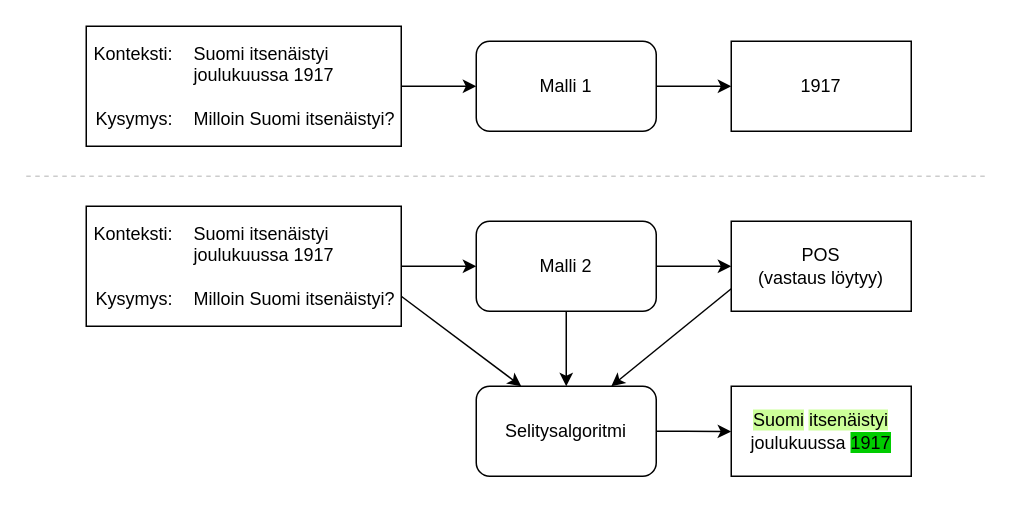
Earlier version of the draw.io diagram etsiva_malli.drawio (mmanteli/gradu). Source tidied: cells renumbered, new cells numbered last; positions are measured from the earlier drawing's top-left corner, leaving out a move shared by most shapes. Both pictures are drawn from the tidied source at 150%, with x=0, y=0 at pixel (26, 26).
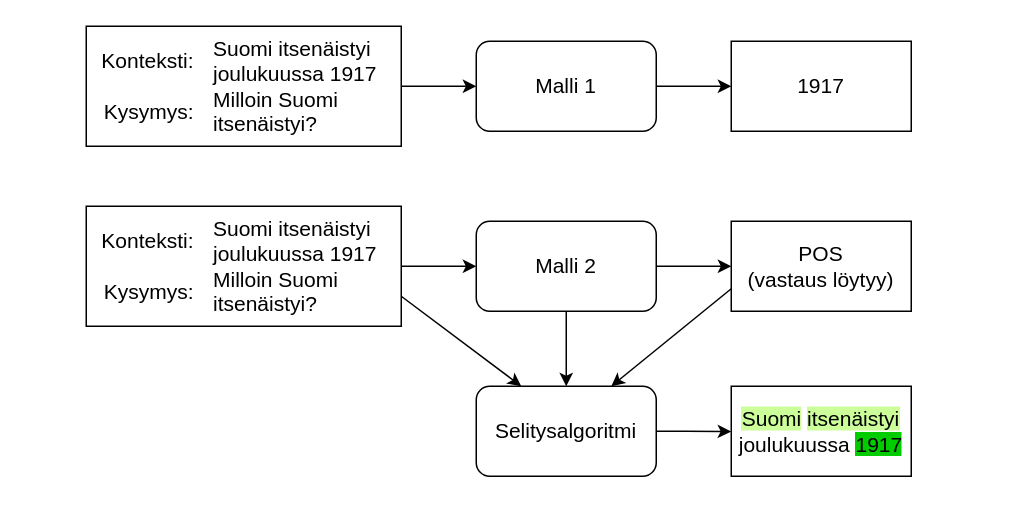
After the change.

Diff of the diagram source:
```diff
@@
-    <mxCell id="2" style="rounded=0;whiteSpace=wrap;html=1;" parent="1" vertex="1">
+    <mxCell id="2" style="rounded=0;whiteSpace=wrap;html=1;fontSize=14;" parent="1" vertex="1">
       <mxGeometry x="470" y="240" width="120" height="60" as="geometry" />
     </mxCell>
-    <mxCell id="3" style="rounded=0;whiteSpace=wrap;html=1;" parent="1" vertex="1">
+    <mxCell id="3" style="rounded=0;whiteSpace=wrap;html=1;fontSize=14;" parent="1" vertex="1">
       <mxGeometry x="470" y="10" width="120" height="60" as="geometry" />
     </mxCell>
-    <mxCell id="4" style="rounded=0;whiteSpace=wrap;html=1;" parent="1" vertex="1">
+    <mxCell id="4" style="rounded=0;whiteSpace=wrap;html=1;fontSize=14;" parent="1" vertex="1">
       <mxGeometry x="40" width="210" height="80" as="geometry" />
     </mxCell>
-    <mxCell id="5" style="edgeStyle=orthogonalEdgeStyle;rounded=0;jettySize=auto;html=1;exitX=1;exitY=0.5;exitDx=0;exitDy=0;entryX=0;entryY=0.5;entryDx=0;entryDy=0;" parent="1" edge="1" source="6" target="3">
+    <mxCell id="5" style="edgeStyle=orthogonalEdgeStyle;rounded=0;jettySize=auto;html=1;exitX=1;exitY=0.5;exitDx=0;exitDy=0;entryX=0;entryY=0.5;entryDx=0;entryDy=0;fontSize=14;" parent="1" edge="1" source="6" target="3">
       <mxGeometry relative="1" as="geometry" />
     </mxCell>
-    <mxCell id="6" value="Malli 1" style="rounded=1;whiteSpace=wrap;html=1;" parent="1" vertex="1">
+    <mxCell id="6" value="Malli 1" style="rounded=1;whiteSpace=wrap;html=1;fontSize=14;" parent="1" vertex="1">
       <mxGeometry x="300" y="10" width="120" height="60" as="geometry" />
     </mxCell>
-    <mxCell id="7" value="&lt;div align=&quot;center&quot;&gt;1917&lt;/div&gt;" style="text;html=1;strokeColor=none;fillColor=none;align=center;verticalAlign=middle;whiteSpace=wrap;rounded=0;" parent="1" vertex="1">
+    <mxCell id="7" value="&lt;div style=&quot;font-size: 14px;&quot; align=&quot;center&quot;&gt;1917&lt;/div&gt;" style="text;html=1;strokeColor=none;fillColor=none;align=center;verticalAlign=middle;whiteSpace=wrap;rounded=0;fontSize=14;" parent="1" vertex="1">
       <mxGeometry x="490" width="80" height="80" as="geometry" />
     </mxCell>
-    <mxCell id="8" style="rounded=0;whiteSpace=wrap;html=1;" parent="1" vertex="1">
+    <mxCell id="8" style="rounded=0;whiteSpace=wrap;html=1;fontSize=14;" parent="1" vertex="1">
       <mxGeometry x="470" y="130" width="120" height="60" as="geometry" />
     </mxCell>
-    <mxCell id="9" style="edgeStyle=orthogonalEdgeStyle;rounded=0;jettySize=auto;html=1;entryX=0;entryY=0.5;entryDx=0;entryDy=0;" parent="1" edge="1" source="10" target="12">
+    <mxCell id="9" style="edgeStyle=orthogonalEdgeStyle;rounded=0;jettySize=auto;html=1;entryX=0;entryY=0.5;entryDx=0;entryDy=0;fontSize=14;" parent="1" edge="1" source="10" target="12">
       <mxGeometry relative="1" as="geometry" />
     </mxCell>
-    <mxCell id="10" style="rounded=0;whiteSpace=wrap;html=1;" parent="1" vertex="1">
+    <mxCell id="10" style="rounded=0;whiteSpace=wrap;html=1;fontSize=14;" parent="1" vertex="1">
       <mxGeometry x="40" y="120" width="210" height="80" as="geometry" />
     </mxCell>
-    <mxCell id="11" style="edgeStyle=orthogonalEdgeStyle;rounded=0;jettySize=auto;html=1;exitX=1;exitY=0.5;exitDx=0;exitDy=0;entryX=0;entryY=0.5;entryDx=0;entryDy=0;" parent="1" edge="1" source="12" target="8">
+    <mxCell id="11" style="edgeStyle=orthogonalEdgeStyle;rounded=0;jettySize=auto;html=1;exitX=1;exitY=0.5;exitDx=0;exitDy=0;entryX=0;entryY=0.5;entryDx=0;entryDy=0;fontSize=14;" parent="1" edge="1" source="12" target="8">
       <mxGeometry relative="1" as="geometry" />
     </mxCell>
-    <mxCell id="12" value="Malli 2" style="rounded=1;whiteSpace=wrap;html=1;" parent="1" vertex="1">
+    <mxCell id="12" value="Malli 2" style="rounded=1;whiteSpace=wrap;html=1;fontSize=14;" parent="1" vertex="1">
       <mxGeometry x="300" y="130" width="120" height="60" as="geometry" />
     </mxCell>
-    <mxCell id="13" value="&lt;div&gt;POS&lt;/div&gt;&lt;div&gt;(vastaus löytyy)&lt;br&gt;&lt;/div&gt;" style="text;html=1;strokeColor=none;fillColor=none;align=center;verticalAlign=middle;whiteSpace=wrap;rounded=0;" parent="1" vertex="1">
-      <mxGeometry x="480" y="120" width="100" height="80" as="geometry" />
+    <mxCell id="13" value="&lt;div style=&quot;font-size: 14px;&quot;&gt;POS&lt;/div&gt;&lt;div style=&quot;font-size: 14px;&quot;&gt;(vastaus löytyy)&lt;br style=&quot;font-size: 14px;&quot;&gt;&lt;/div&gt;" style="text;html=1;strokeColor=none;fillColor=none;align=center;verticalAlign=middle;whiteSpace=wrap;rounded=0;fontSize=14;" parent="1" vertex="1">
+      <mxGeometry x="470" y="120" width="120" height="80" as="geometry" />
     </mxCell>
-    <mxCell id="14" style="edgeStyle=orthogonalEdgeStyle;rounded=0;jettySize=auto;html=1;exitX=1;exitY=0.5;exitDx=0;exitDy=0;entryX=0.071;entryY=0.502;entryDx=0;entryDy=0;entryPerimeter=0;" parent="1" edge="1" source="15" target="16">
+    <mxCell id="14" style="edgeStyle=orthogonalEdgeStyle;rounded=0;jettySize=auto;html=1;exitX=1;exitY=0.5;exitDx=0;exitDy=0;entryX=0.071;entryY=0.502;entryDx=0;entryDy=0;entryPerimeter=0;fontSize=14;" parent="1" edge="1" source="15" target="16">
       <mxGeometry relative="1" as="geometry" />
     </mxCell>
-    <mxCell id="15" value="Selitysalgoritmi" style="rounded=1;whiteSpace=wrap;html=1;" parent="1" vertex="1">
+    <mxCell id="15" value="Selitysalgoritmi" style="rounded=1;whiteSpace=wrap;html=1;fontSize=14;" parent="1" vertex="1">
       <mxGeometry x="300" y="240" width="120" height="60" as="geometry" />
     </mxCell>
-    <mxCell id="16" value="&lt;div align=&quot;center&quot;&gt;&lt;span style=&quot;background-color: rgb(204, 255, 153);&quot;&gt;Suomi&lt;/span&gt; &lt;span style=&quot;background-color: rgb(204, 255, 153);&quot;&gt;itsenäistyi&lt;/span&gt; joulukuussa &lt;span style=&quot;background-color: rgb(0, 204, 0);&quot;&gt;1917&lt;/span&gt;&lt;/div&gt;" style="text;html=1;strokeColor=none;fillColor=none;align=center;verticalAlign=middle;whiteSpace=wrap;rounded=0;" parent="1" vertex="1">
+    <mxCell id="16" value="&lt;div style=&quot;font-size: 14px;&quot; align=&quot;center&quot;&gt;&lt;span style=&quot;background-color: rgb(204, 255, 153); font-size: 14px;&quot;&gt;Suomi&lt;/span&gt; &lt;span style=&quot;background-color: rgb(204, 255, 153); font-size: 14px;&quot;&gt;itsenäistyi&lt;/span&gt; joulukuussa &lt;span style=&quot;background-color: rgb(0, 204, 0); font-size: 14px;&quot;&gt;1917&lt;/span&gt;&lt;/div&gt;" style="text;html=1;strokeColor=none;fillColor=none;align=center;verticalAlign=middle;whiteSpace=wrap;rounded=0;fontSize=14;" parent="1" vertex="1">
       <mxGeometry x="460" y="230" width="140" height="80" as="geometry" />
     </mxCell>
-    <mxCell id="17" style="endArrow=classic;html=1;rounded=0;exitX=1;exitY=0.5;exitDx=0;exitDy=0;" parent="1" edge="1" source="4">
+    <mxCell id="17" style="endArrow=classic;html=1;rounded=0;exitX=1;exitY=0.5;exitDx=0;exitDy=0;fontSize=14;" parent="1" edge="1" source="4">
       <mxGeometry relative="1" as="geometry">
         <mxPoint x="300" y="40" as="targetPoint" />
       </mxGeometry>
     </mxCell>
-    <mxCell id="18" style="endArrow=classic;html=1;rounded=0;exitX=0.5;exitY=1;exitDx=0;exitDy=0;entryX=0.5;entryY=0;entryDx=0;entryDy=0;" parent="1" edge="1" source="12" target="15">
+    <mxCell id="18" style="endArrow=classic;html=1;rounded=0;exitX=0.5;exitY=1;exitDx=0;exitDy=0;entryX=0.5;entryY=0;entryDx=0;entryDy=0;fontSize=14;" parent="1" edge="1" source="12" target="15">
       <mxGeometry relative="1" as="geometry" />
     </mxCell>
-    <mxCell id="19" style="endArrow=classic;html=1;rounded=0;exitX=1;exitY=0.75;exitDx=0;exitDy=0;entryX=0.25;entryY=0;entryDx=0;entryDy=0;" parent="1" edge="1" source="10" target="15">
+    <mxCell id="19" style="endArrow=classic;html=1;rounded=0;exitX=1;exitY=0.75;exitDx=0;exitDy=0;entryX=0.25;entryY=0;entryDx=0;entryDy=0;fontSize=14;" parent="1" edge="1" source="10" target="15">
       <mxGeometry relative="1" as="geometry" />
     </mxCell>
-    <mxCell id="20" style="endArrow=classic;html=1;rounded=0;exitX=0;exitY=0.75;exitDx=0;exitDy=0;entryX=0.75;entryY=0;entryDx=0;entryDy=0;" parent="1" edge="1" source="8" target="15">
+    <mxCell id="20" style="endArrow=classic;html=1;rounded=0;exitX=0;exitY=0.75;exitDx=0;exitDy=0;entryX=0.75;entryY=0;entryDx=0;entryDy=0;fontSize=14;" parent="1" edge="1" source="8" target="15">
       <mxGeometry relative="1" as="geometry" />
     </mxCell>
-    <mxCell id="21" style="group;" parent="1" vertex="1">
-      <mxGeometry x="40" y="120" width="210" height="80" as="geometry" />
-    </mxCell>
-    <mxCell id="22" value="&lt;div align=&quot;left&quot;&gt;Suomi itsenäistyi joulukuussa 1917&lt;/div&gt;&lt;div align=&quot;left&quot;&gt;&lt;br&gt;&lt;/div&gt;&lt;div align=&quot;left&quot;&gt;Milloin Suomi itsenäistyi?&lt;br&gt;&lt;/div&gt;" style="text;html=1;strokeColor=none;fillColor=none;align=left;verticalAlign=middle;whiteSpace=wrap;rounded=0;" parent="21" vertex="1">
-      <mxGeometry x="70" width="140" height="80" as="geometry" />
-    </mxCell>
-    <mxCell id="23" value="&lt;div align=&quot;right&quot;&gt;Konteksti: &lt;br&gt;&lt;/div&gt;&lt;div align=&quot;right&quot;&gt;&lt;br&gt;&lt;/div&gt;&lt;div align=&quot;right&quot;&gt;&lt;br&gt;&lt;/div&gt;&lt;div align=&quot;right&quot;&gt;Kysymys: &lt;br&gt;&lt;/div&gt;" style="text;html=1;strokeColor=none;fillColor=none;align=right;verticalAlign=middle;whiteSpace=wrap;rounded=0;" parent="21" vertex="1">
-      <mxGeometry width="60" height="80" as="geometry" />
-    </mxCell>
-    <mxCell id="24" style="group;" parent="1" vertex="1">
-      <mxGeometry x="40" width="210" height="80" as="geometry" />
+    <mxCell id="24" style="group;fontSize=14;" parent="1" vertex="1">
+      <mxGeometry x="60" width="190" height="80" as="geometry" />
     </mxCell>
-    <mxCell id="25" value="&lt;div align=&quot;left&quot;&gt;Suomi itsenäistyi joulukuussa 1917&lt;/div&gt;&lt;div align=&quot;left&quot;&gt;&lt;br&gt;&lt;/div&gt;&lt;div align=&quot;left&quot;&gt;Milloin Suomi itsenäistyi?&lt;br&gt;&lt;/div&gt;" style="text;html=1;strokeColor=none;fillColor=none;align=left;verticalAlign=middle;whiteSpace=wrap;rounded=0;" parent="24" vertex="1">
-      <mxGeometry x="70" width="140" height="80" as="geometry" />
+    <mxCell id="25" value="&lt;div style=&quot;font-size: 14px;&quot; align=&quot;left&quot;&gt;Suomi itsenäistyi joulukuussa 1917&lt;/div&gt;&lt;div style=&quot;font-size: 14px;&quot; align=&quot;left&quot;&gt;Milloin Suomi itsenäistyi?&lt;br style=&quot;font-size: 14px;&quot;&gt;&lt;/div&gt;" style="text;html=1;strokeColor=none;fillColor=none;align=left;verticalAlign=middle;whiteSpace=wrap;rounded=0;fontSize=14;" parent="24" vertex="1">
+      <mxGeometry x="63.3" width="126.7" height="80" as="geometry" />
     </mxCell>
-    <mxCell id="26" value="&lt;div align=&quot;right&quot;&gt;Konteksti: &lt;br&gt;&lt;/div&gt;&lt;div align=&quot;right&quot;&gt;&lt;br&gt;&lt;/div&gt;&lt;div align=&quot;right&quot;&gt;&lt;br&gt;&lt;/div&gt;&lt;div align=&quot;right&quot;&gt;Kysymys: &lt;br&gt;&lt;/div&gt;" style="text;html=1;strokeColor=none;fillColor=none;align=right;verticalAlign=middle;whiteSpace=wrap;rounded=0;" parent="24" vertex="1">
-      <mxGeometry width="60" height="80" as="geometry" />
+    <mxCell id="26" value="&lt;div style=&quot;font-size: 14px;&quot; align=&quot;right&quot;&gt;Konteksti: &lt;br style=&quot;font-size: 14px;&quot;&gt;&lt;/div&gt;&lt;div style=&quot;font-size: 14px;&quot; align=&quot;right&quot;&gt;&lt;br style=&quot;font-size: 14px;&quot;&gt;&lt;/div&gt;&lt;div style=&quot;font-size: 14px;&quot; align=&quot;right&quot;&gt;Kysymys: &lt;br style=&quot;font-size: 14px;&quot;&gt;&lt;/div&gt;" style="text;html=1;strokeColor=none;fillColor=none;align=right;verticalAlign=middle;whiteSpace=wrap;rounded=0;fontSize=14;" parent="24" vertex="1">
+      <mxGeometry width="54.3" height="80" as="geometry" />
     </mxCell>
-    <mxCell id="27" style="endArrow=none;dashed=1;html=1;rounded=0;color=grey;strokeColor=#CCCCCC;" parent="1" edge="1">
-      <mxGeometry relative="1" as="geometry">
-        <mxPoint y="100" as="sourcePoint" />
-        <mxPoint x="640" y="100" as="targetPoint" />
-      </mxGeometry>
-    </mxCell>
+    <mxCell id="28" style="group;fontSize=14;" parent="1" vertex="1">
+      <mxGeometry x="60" y="120" width="190" height="80" as="geometry" />
+    </mxCell>
+    <mxCell id="22" value="&lt;div style=&quot;font-size: 14px;&quot; align=&quot;left&quot;&gt;Suomi itsenäistyi joulukuussa 1917&lt;/div&gt;&lt;div style=&quot;font-size: 14px;&quot; align=&quot;left&quot;&gt;Milloin Suomi itsenäistyi?&lt;br style=&quot;font-size: 14px;&quot;&gt;&lt;/div&gt;" style="text;html=1;strokeColor=none;fillColor=none;align=left;verticalAlign=middle;whiteSpace=wrap;rounded=0;fontSize=14;" parent="28" vertex="1">
+      <mxGeometry x="63.3" width="126.7" height="80" as="geometry" />
+    </mxCell>
+    <mxCell id="23" value="&lt;div style=&quot;font-size: 14px;&quot; align=&quot;right&quot;&gt;Konteksti: &lt;br style=&quot;font-size: 14px;&quot;&gt;&lt;/div&gt;&lt;div style=&quot;font-size: 14px;&quot; align=&quot;right&quot;&gt;&lt;br style=&quot;font-size: 14px;&quot;&gt;&lt;/div&gt;&lt;div style=&quot;font-size: 14px;&quot; align=&quot;right&quot;&gt;Kysymys: &lt;br style=&quot;font-size: 14px;&quot;&gt;&lt;/div&gt;" style="text;html=1;strokeColor=none;fillColor=none;align=right;verticalAlign=middle;whiteSpace=wrap;rounded=0;fontSize=14;" parent="28" vertex="1">
+      <mxGeometry width="54.3" height="80" as="geometry" />
+    </mxCell>
```
